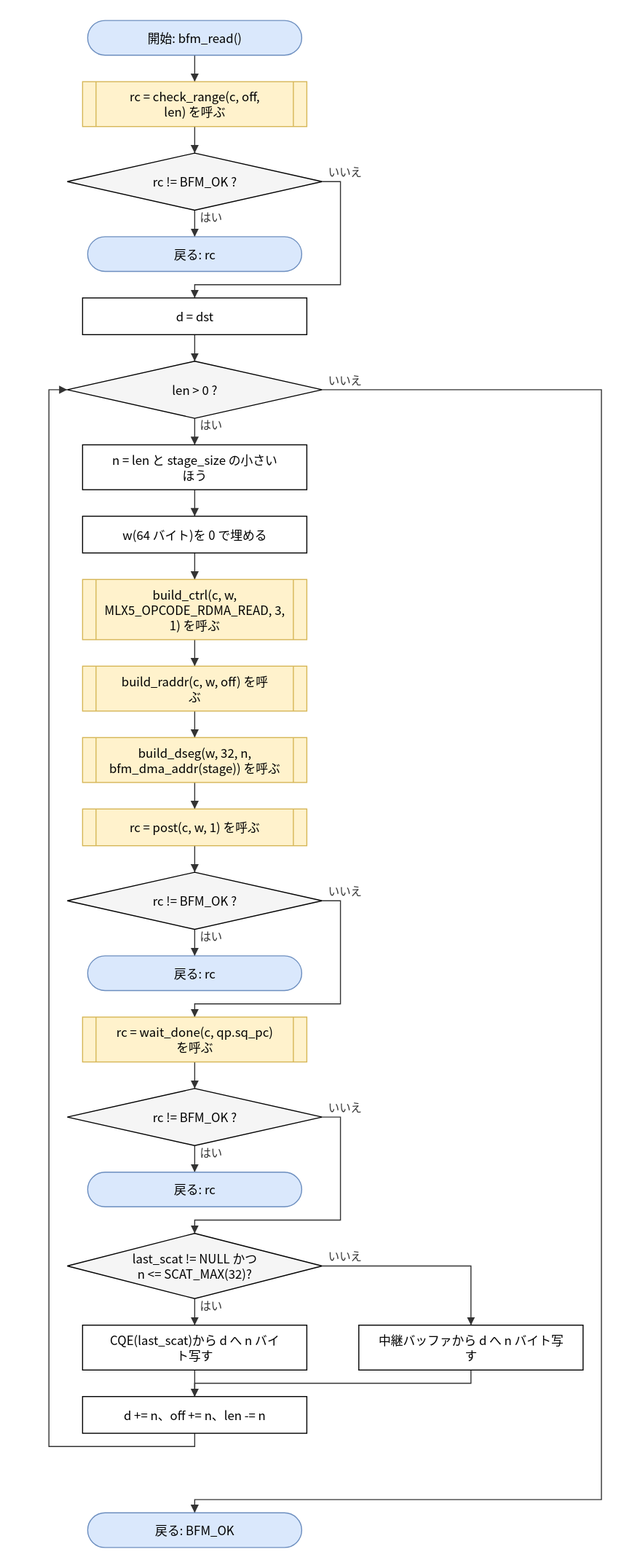
Earlier version of the draw.io export doc/spec/images/flow_src_bfm_ops-bfm_read.drawio.svg (hf355051012-ai/bfmem). Source tidied: cells renumbered, new cells last; positions are measured from the earlier drawing's top-left corner, leaving out a move shared by most shapes.
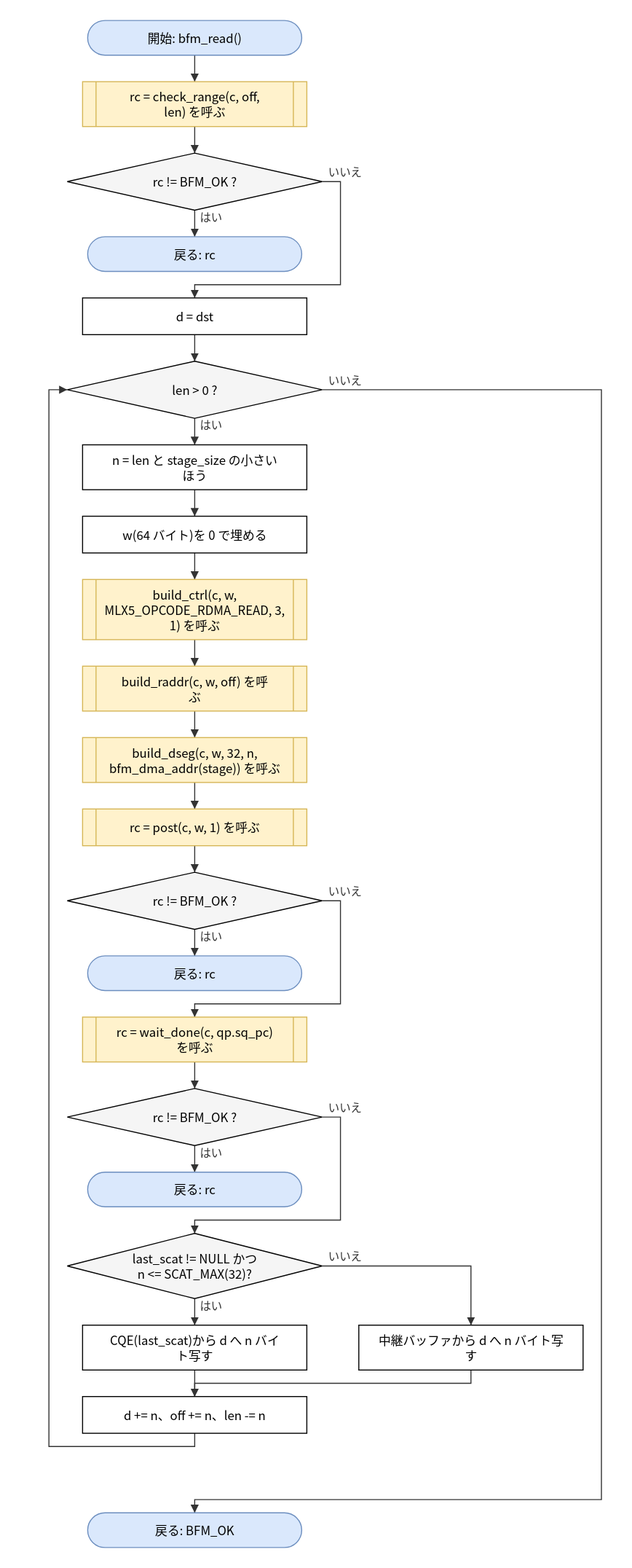
After the commit.

Diff of the diagram source:
```diff
@@ -32,7 +32,7 @@
     <mxCell id="11" value="build_raddr(c, w, off) を呼&lt;br&gt;ぶ" style="shape=process;whiteSpace=wrap;html=1;backgroundOutline=1;size=0.06;fillColor=#fff2cc;strokeColor=#d6b656;" parent="1" vertex="1">
       <mxGeometry x="33" y="633" width="220" height="44" as="geometry" />
     </mxCell>
-    <mxCell id="12" value="build_dseg(w, 32, n,&lt;br&gt;bfm_dma_addr(stage)) を呼ぶ" style="shape=process;whiteSpace=wrap;html=1;backgroundOutline=1;size=0.06;fillColor=#fff2cc;strokeColor=#d6b656;" parent="1" vertex="1">
+    <mxCell id="12" value="build_dseg(c, w, 32, n,&lt;br&gt;bfm_dma_addr(stage)) を呼ぶ" style="shape=process;whiteSpace=wrap;html=1;backgroundOutline=1;size=0.06;fillColor=#fff2cc;strokeColor=#d6b656;" parent="1" vertex="1">
       <mxGeometry x="33" y="703" width="220" height="44" as="geometry" />
     </mxCell>
     <mxCell id="13" value="rc = post(c, w, 1) を呼ぶ" style="shape=process;whiteSpace=wrap;html=1;backgroundOutline=1;size=0.06;fillColor=#fff2cc;strokeColor=#d6b656;" parent="1" vertex="1">
```
